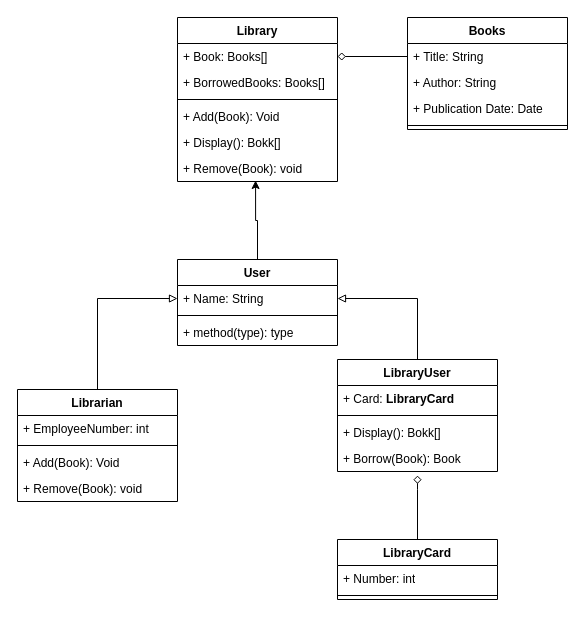
Earlier version of the draw.io diagram LibraryMangmentSystem.drawio (AshrafWael/C-Sharp_Projects). Source tidied: cells renumbered, new cells numbered last; positions are measured from the earlier drawing's top-left corner, leaving out a move shared by most shapes. Both pictures are drawn from the tidied source at 100%, with x=0, y=0 at pixel (17, 17).
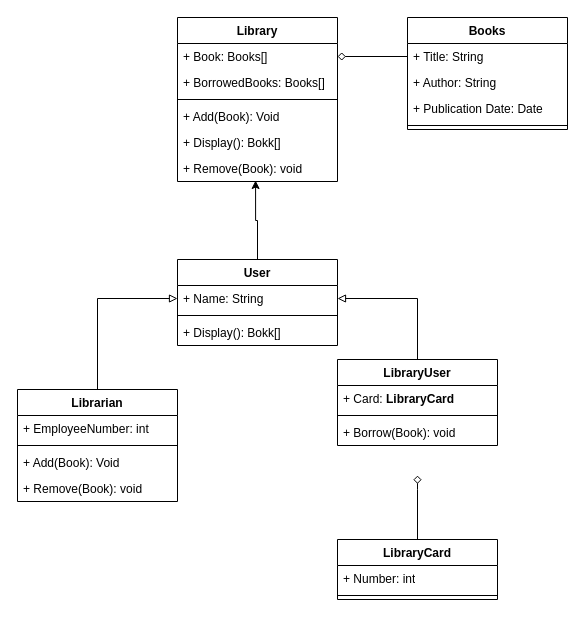
The same page after the edit.

Unchanged cells that the change refers to:
```xml
<mxCell id="9" value="User" style="swimlane;fontStyle=1;align=center;verticalAlign=top;horizontal=1;startSize=26;whiteSpace=wrap;html=1;" parent="1" vertex="1">
  <mxGeometry x="160" y="242" width="160" height="86" as="geometry" />
</mxCell>
```

The edit, as a diff of the source:
```diff
@@
-    <mxCell id="12" value="+ method(type): type" style="text;strokeColor=none;fillColor=none;align=left;verticalAlign=top;spacingLeft=4;spacingRight=4;overflow=hidden;whiteSpace=wrap;html=1;" parent="9" vertex="1">
+    <mxCell id="12" value="+ Display(): Bokk[]&lt;div&gt;&amp;nbsp;&lt;/div&gt;" style="text;strokeColor=none;fillColor=none;align=left;verticalAlign=top;spacingLeft=4;spacingRight=4;overflow=hidden;whiteSpace=wrap;html=1;" parent="9" vertex="1">
       <mxGeometry y="60" width="160" height="26" as="geometry" />
     </mxCell>
@@
     <mxCell id="29" value="LibraryUser" style="swimlane;fontStyle=1;align=center;verticalAlign=top;horizontal=1;startSize=26;whiteSpace=wrap;html=1;" parent="1" vertex="1">
-      <mxGeometry x="320" y="342" width="160" height="112" as="geometry" />
+      <mxGeometry x="320" y="342" width="160" height="86" as="geometry" />
     </mxCell>
@@
-    <mxCell id="32" value="+ Display(): Bokk[]&lt;div&gt;&amp;nbsp;&lt;/div&gt;" style="text;strokeColor=none;fillColor=none;align=left;verticalAlign=top;spacingLeft=4;spacingRight=4;overflow=hidden;whiteSpace=wrap;html=1;" parent="29" vertex="1">
-      <mxGeometry y="60" width="160" height="26" as="geometry" />
-    </mxCell>
-    <mxCell id="33" value="+ Borrow(Book): Book&lt;div&gt;&amp;nbsp;&lt;/div&gt;" style="text;strokeColor=none;fillColor=none;align=left;verticalAlign=top;spacingLeft=4;spacingRight=4;overflow=hidden;whiteSpace=wrap;html=1;" parent="29" vertex="1">
-      <mxGeometry y="86" width="160" height="26" as="geometry" />
+    <mxCell id="33" value="+ Borrow(Book): void&lt;div&gt;&amp;nbsp;&lt;/div&gt;" style="text;strokeColor=none;fillColor=none;align=left;verticalAlign=top;spacingLeft=4;spacingRight=4;overflow=hidden;whiteSpace=wrap;html=1;" parent="29" vertex="1">
+      <mxGeometry y="60" width="160" height="26" as="geometry" />
     </mxCell>
```
